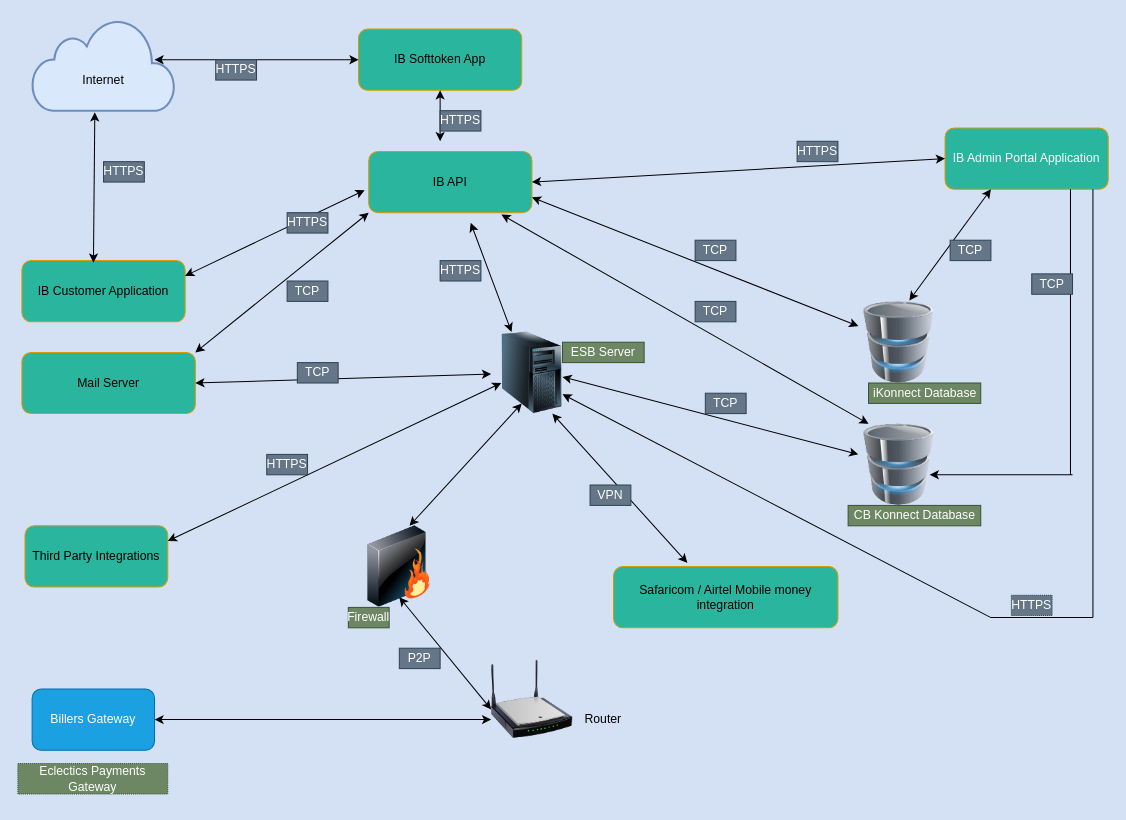
embula/org-mydiagrams keeps this draw.io diagram as iKonnect Architecture Diagram.drawio. Above is the earlier version. Source tidied: cells renumbered, new cells numbered last; positions are measured from the earlier drawing's top-left corner, leaving out a move shared by most shapes. Both pictures are drawn from the tidied source at 102%, with x=0, y=0 at pixel (17, 18).
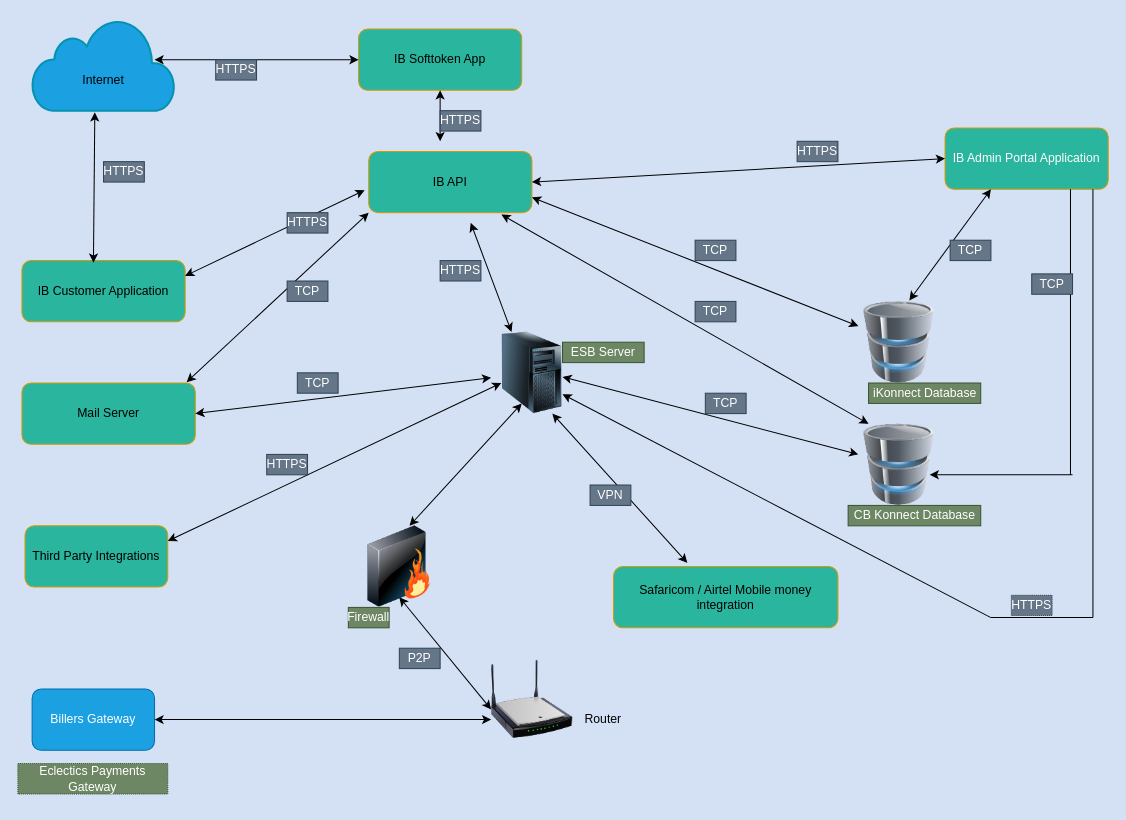
The same diagram, later.

The change refers to these unchanged cells:
```xml
<mxCell id="6" value="IB API " style="rounded=1;whiteSpace=wrap;html=1;fillColor=#2AB59E;strokeColor=#D79B00;" parent="1" vertex="1">
  <mxGeometry x="344" y="130" width="160" height="60" as="geometry" />
</mxCell>
```

Diff of the diagram source:
```diff
@@
     <mxCell id="28" value="Mail Server" style="rounded=1;whiteSpace=wrap;html=1;fillColor=#2AB59E;strokeColor=#D79B00;" parent="1" vertex="1">
-      <mxGeometry x="4" y="327" width="170" height="60" as="geometry" />
+      <mxGeometry x="4" y="357" width="170" height="60" as="geometry" />
     </mxCell>
-    <mxCell id="29" style="html=1;verticalLabelPosition=bottom;align=center;labelBackgroundColor=#ffffff;verticalAlign=top;strokeWidth=2;strokeColor=#6c8ebf;shadow=0;dashed=0;shape=mxgraph.ios7.icons.cloud;fillColor=#dae8fc;" parent="1" vertex="1">
+    <mxCell id="29" style="html=1;verticalLabelPosition=bottom;align=center;labelBackgroundColor=#ffffff;verticalAlign=top;strokeWidth=2;shadow=0;dashed=0;shape=mxgraph.ios7.icons.cloud;fillColor=#1ba1e2;fontColor=#ffffff;strokeColor=#0593AF;" parent="1" vertex="1">
       <mxGeometry x="14" width="140" height="90" as="geometry" />
     </mxCell>
@@
-    <mxCell id="42" style="endArrow=classic;startArrow=classic;html=1;entryX=0;entryY=1;entryDx=0;entryDy=0;" parent="1" edge="1" target="6">
-      <mxGeometry relative="1" as="geometry">
-        <mxPoint x="174" y="327" as="sourcePoint" />
-      </mxGeometry>
+    <mxCell id="42" style="endArrow=classic;startArrow=classic;html=1;entryX=0;entryY=1;entryDx=0;entryDy=0;exitX=0.95;exitY=-0.014;exitDx=0;exitDy=0;exitPerimeter=0;" parent="1" edge="1" source="28" target="6">
+      <mxGeometry relative="1" as="geometry" />
     </mxCell>
@@
     <mxCell id="61" value="TCP" style="text;html=1;strokeColor=#314354;fillColor=#647687;align=center;verticalAlign=middle;whiteSpace=wrap;rounded=0;fontColor=#ffffff;" parent="1" vertex="1">
-      <mxGeometry x="274" y="337" width="40" height="20" as="geometry" />
+      <mxGeometry x="274" y="347" width="40" height="20" as="geometry" />
     </mxCell>
```
